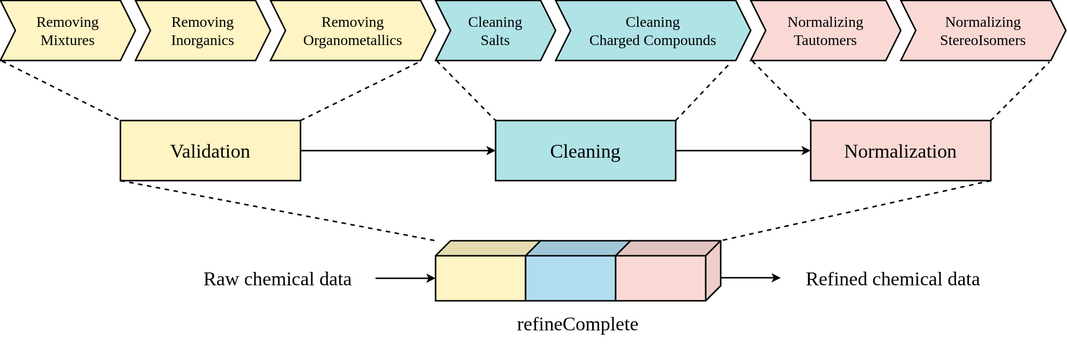
mldlproject/chemtonic keeps this draw.io diagram as images/pipeline.svg. Above is the earlier version. Source tidied: cells renumbered, new cells last; positions are measured from the earlier drawing's top-left corner, leaving out a move shared by most shapes.
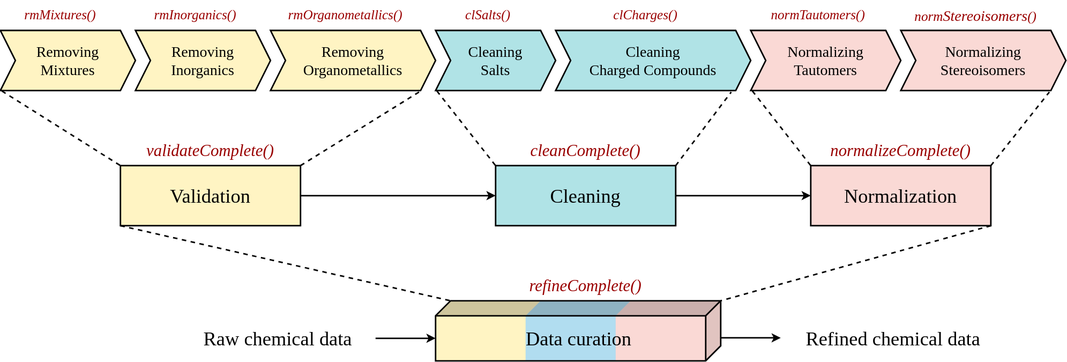
After the change.

The edit, as a diff of the source:
```diff
@@ -6,7 +6,7 @@
       <mxGeometry relative="1" as="geometry" />
     </mxCell>
     <mxCell id="3" value="Validation" style="rounded=0;whiteSpace=wrap;html=1;fontFamily=Verdana;fontSize=13;fontColor=#000000;strokeColor=default;fillColor=#FFF4C3;align=center;" parent="1" vertex="1">
-      <mxGeometry x="80" y="80" width="120" height="40" as="geometry" />
+      <mxGeometry x="80" y="90" width="120" height="40" as="geometry" />
     </mxCell>
     <mxCell id="4" value="Removing&lt;br&gt;Inorganics" style="shape=step;perimeter=stepPerimeter;whiteSpace=wrap;html=1;fixedSize=1;fontFamily=Verdana;fontSize=10;fontColor=#000000;strokeColor=default;fillColor=#FFF4C3;align=center;size=10;" parent="1" vertex="1">
       <mxGeometry x="90" width="90" height="40" as="geometry" />
@@ -27,7 +27,7 @@
       <mxGeometry relative="1" as="geometry" />
     </mxCell>
     <mxCell id="10" value="Cleaning" style="rounded=0;whiteSpace=wrap;html=1;fontFamily=Verdana;fontSize=13;strokeColor=default;fillColor=#b0e3e6;align=center;" parent="1" vertex="1">
-      <mxGeometry x="330" y="80" width="120" height="40" as="geometry" />
+      <mxGeometry x="330" y="90" width="120" height="40" as="geometry" />
     </mxCell>
     <mxCell id="11" value="Cleaning&lt;br&gt;Salts" style="shape=step;perimeter=stepPerimeter;whiteSpace=wrap;html=1;fixedSize=1;fontFamily=Verdana;fontSize=10;strokeColor=default;fillColor=#b0e3e6;align=center;size=10;" parent="1" vertex="1">
       <mxGeometry x="290" width="80" height="40" as="geometry" />
@@ -42,12 +42,12 @@
       <mxGeometry relative="1" as="geometry" />
     </mxCell>
     <mxCell id="15" value="Normalization" style="rounded=0;whiteSpace=wrap;html=1;fontFamily=Verdana;fontSize=13;strokeColor=default;fillColor=#fad9d5;align=center;" parent="1" vertex="1">
-      <mxGeometry x="540" y="80" width="120" height="40" as="geometry" />
+      <mxGeometry x="540" y="90" width="120" height="40" as="geometry" />
     </mxCell>
     <mxCell id="16" value="Normalizing&lt;br&gt;Tautomers" style="shape=step;perimeter=stepPerimeter;whiteSpace=wrap;html=1;fixedSize=1;fontFamily=Verdana;fontSize=10;strokeColor=default;fillColor=#fad9d5;align=center;size=10;" parent="1" vertex="1">
       <mxGeometry x="500" width="100" height="40" as="geometry" />
     </mxCell>
-    <mxCell id="17" value="Normalizing&lt;br&gt;StereoIsomers" style="shape=step;perimeter=stepPerimeter;whiteSpace=wrap;html=1;fixedSize=1;fontFamily=Verdana;fontSize=10;strokeColor=default;fillColor=#fad9d5;align=center;size=10;" parent="1" vertex="1">
+    <mxCell id="17" value="Normalizing&lt;br&gt;Stereoisomers" style="shape=step;perimeter=stepPerimeter;whiteSpace=wrap;html=1;fixedSize=1;fontFamily=Verdana;fontSize=10;strokeColor=default;fillColor=#fad9d5;align=center;size=10;" parent="1" vertex="1">
       <mxGeometry x="600" width="110" height="40" as="geometry" />
     </mxCell>
     <mxCell id="18" style="endArrow=none;dashed=1;html=1;fontFamily=Verdana;fontSize=10;fontColor=#000000;startSize=3;endSize=3;strokeColor=default;curved=1;entryX=0.9;entryY=1.025;entryDx=0;entryDy=0;entryPerimeter=0;exitX=1;exitY=0;exitDx=0;exitDy=0;fillColor=#fad9d5;" parent="1" edge="1" source="15" target="17">
@@ -56,38 +56,74 @@
     <mxCell id="19" style="endArrow=none;dashed=1;html=1;fontFamily=Verdana;fontSize=10;fontColor=#000000;startSize=3;endSize=3;strokeColor=default;curved=1;entryX=0;entryY=0;entryDx=0;entryDy=0;exitX=0.011;exitY=1.008;exitDx=0;exitDy=0;exitPerimeter=0;fillColor=#fad9d5;" parent="1" edge="1" source="16" target="15">
       <mxGeometry relative="1" as="geometry" />
     </mxCell>
-    <mxCell id="20" style="shape=cube;whiteSpace=wrap;html=1;boundedLbl=1;backgroundOutline=1;darkOpacity=0.05;darkOpacity2=0.1;fontFamily=Verdana;fontSize=13;fontColor=#000000;strokeColor=default;fillColor=#FFF4C3;align=center;size=10;direction=south;" parent="1" vertex="1">
-      <mxGeometry x="290" y="160" width="70" height="40" as="geometry" />
+    <mxCell id="20" style="shape=cube;whiteSpace=wrap;html=1;boundedLbl=1;backgroundOutline=1;darkOpacity=0.05;darkOpacity2=0.1;fontFamily=Verdana;fontSize=13;fontColor=#000000;strokeColor=none;fillColor=#FFF4C3;align=center;size=10;direction=south;" parent="1" vertex="1">
+      <mxGeometry x="290" y="180" width="70" height="40" as="geometry" />
     </mxCell>
-    <mxCell id="21" style="endArrow=none;dashed=1;html=1;fontFamily=Verdana;fontSize=10;fontColor=#000000;startSize=3;endSize=3;strokeColor=default;curved=1;exitX=0;exitY=1;exitDx=0;exitDy=0;entryX=0;entryY=0;entryDx=0;entryDy=70;entryPerimeter=0;" parent="1" edge="1" source="3" target="20">
+    <mxCell id="21" style="endArrow=none;dashed=1;html=1;fontFamily=Verdana;fontSize=10;fontColor=#000000;startSize=3;endSize=3;strokeColor=default;curved=1;exitX=0;exitY=1;exitDx=0;exitDy=0;entryX=0;entryY=0;entryDx=0;entryDy=180;entryPerimeter=0;" parent="1" edge="1" source="3" target="34">
       <mxGeometry relative="1" as="geometry" />
     </mxCell>
     <mxCell id="22" style="endArrow=none;dashed=1;html=1;fontFamily=Verdana;fontSize=10;fontColor=#000000;startSize=3;endSize=3;strokeColor=default;curved=1;exitX=1;exitY=1;exitDx=0;exitDy=0;entryX=0;entryY=0;entryDx=0;entryDy=0;entryPerimeter=0;" parent="1" edge="1" source="15" target="24">
       <mxGeometry relative="1" as="geometry" />
     </mxCell>
-    <mxCell id="23" style="shape=cube;whiteSpace=wrap;html=1;boundedLbl=1;backgroundOutline=1;darkOpacity=0.05;darkOpacity2=0.1;fontFamily=Verdana;fontSize=13;strokeColor=default;fillColor=#b1ddf0;align=center;size=10;direction=south;" parent="1" vertex="1">
-      <mxGeometry x="350" y="160" width="70" height="40" as="geometry" />
+    <mxCell id="23" style="shape=cube;whiteSpace=wrap;html=1;boundedLbl=1;backgroundOutline=1;darkOpacity=0.05;darkOpacity2=0.1;fontFamily=Verdana;fontSize=13;strokeColor=none;fillColor=#b1ddf0;align=center;size=10;direction=south;" parent="1" vertex="1">
+      <mxGeometry x="350" y="180" width="70" height="40" as="geometry" />
     </mxCell>
-    <mxCell id="24" style="shape=cube;whiteSpace=wrap;html=1;boundedLbl=1;backgroundOutline=1;darkOpacity=0.05;darkOpacity2=0.1;fontFamily=Verdana;fontSize=13;strokeColor=default;fillColor=#fad9d5;align=center;size=10;direction=south;" parent="1" vertex="1">
-      <mxGeometry x="410" y="160" width="70" height="40" as="geometry" />
+    <mxCell id="24" style="shape=cube;whiteSpace=wrap;html=1;boundedLbl=1;backgroundOutline=1;darkOpacity=0.05;darkOpacity2=0.1;fontFamily=Verdana;fontSize=13;strokeColor=none;fillColor=#fad9d5;align=center;size=10;direction=south;" parent="1" vertex="1">
+      <mxGeometry x="410" y="180" width="70" height="40" as="geometry" />
     </mxCell>
-    <mxCell id="25" value="refineComplete" style="text;html=1;strokeColor=none;fillColor=none;align=center;verticalAlign=middle;whiteSpace=wrap;rounded=0;fontFamily=Verdana;fontSize=13;fontColor=#000000;" parent="1" vertex="1">
-      <mxGeometry x="320" y="200" width="130" height="30" as="geometry" />
+    <mxCell id="25" value="refineComplete()" style="text;html=1;strokeColor=none;fillColor=none;align=center;verticalAlign=middle;whiteSpace=wrap;rounded=0;fontFamily=Verdana;fontSize=11;fontColor=#990000;fontStyle=2;" parent="1" vertex="1">
+      <mxGeometry x="300" y="160" width="180" height="20" as="geometry" />
     </mxCell>
     <mxCell id="26" style="edgeStyle=orthogonalEdgeStyle;curved=1;jettySize=auto;html=1;exitX=1;exitY=0.5;exitDx=0;exitDy=0;entryX=0;entryY=0;entryDx=25;entryDy=70;entryPerimeter=0;fontFamily=Verdana;fontSize=13;fontColor=#000000;startSize=3;endSize=3;strokeColor=default;strokeWidth=1;" parent="1" edge="1" source="27" target="20">
       <mxGeometry relative="1" as="geometry" />
     </mxCell>
     <mxCell id="27" value="Raw chemical data" style="text;html=1;strokeColor=none;fillColor=none;align=center;verticalAlign=middle;whiteSpace=wrap;rounded=0;fontFamily=Verdana;fontSize=13;fontColor=#000000;" parent="1" vertex="1">
-      <mxGeometry x="120" y="170" width="130" height="30" as="geometry" />
+      <mxGeometry x="120" y="190" width="130" height="30" as="geometry" />
     </mxCell>
     <mxCell id="28" value="Refined chemical data" style="text;html=1;strokeColor=none;fillColor=none;align=center;verticalAlign=middle;whiteSpace=wrap;rounded=0;fontFamily=Verdana;fontSize=13;fontColor=#000000;" parent="1" vertex="1">
-      <mxGeometry x="520" y="170" width="150" height="30" as="geometry" />
+      <mxGeometry x="520" y="190" width="150" height="30" as="geometry" />
     </mxCell>
     <mxCell id="29" style="edgeStyle=orthogonalEdgeStyle;curved=1;orthogonalLoop=1;jettySize=auto;html=1;exitX=1;exitY=0.5;exitDx=0;exitDy=0;entryX=0;entryY=0;entryDx=25;entryDy=70;entryPerimeter=0;fontFamily=Verdana;fontSize=13;fontColor=#000000;startSize=3;endSize=3;strokeColor=default;strokeWidth=1;" parent="1" edge="1">
       <mxGeometry relative="1" as="geometry">
-        <mxPoint x="480" y="184.7" as="sourcePoint" />
-        <mxPoint x="520" y="184.7" as="targetPoint" />
+        <mxPoint x="480" y="204.7" as="sourcePoint" />
+        <mxPoint x="520" y="204.7" as="targetPoint" />
       </mxGeometry>
     </mxCell>
+    <mxCell id="30" value="&lt;i style=&quot;font-size: 11px;&quot;&gt;validateComplete()&lt;/i&gt;" style="text;html=1;strokeColor=none;fillColor=none;align=center;verticalAlign=middle;whiteSpace=wrap;rounded=0;fontFamily=Verdana;fontSize=11;fontColor=#990000;" parent="1" vertex="1">
+      <mxGeometry x="80" y="70" width="120" height="20" as="geometry" />
+    </mxCell>
+    <mxCell id="31" value="cleanComplete()" style="text;html=1;strokeColor=none;fillColor=none;align=center;verticalAlign=middle;whiteSpace=wrap;rounded=0;fontFamily=Verdana;fontSize=11;fontColor=#990000;fontStyle=2;" parent="1" vertex="1">
+      <mxGeometry x="330" y="70" width="120" height="20" as="geometry" />
+    </mxCell>
+    <mxCell id="32" value="normalizeComplete()" style="text;html=1;strokeColor=none;fillColor=none;align=center;verticalAlign=middle;whiteSpace=wrap;rounded=0;fontFamily=Verdana;fontSize=11;fontColor=#990000;fontStyle=2;" parent="1" vertex="1">
+      <mxGeometry x="540" y="70" width="120" height="20" as="geometry" />
+    </mxCell>
+    <mxCell id="33" value="Data curation" style="text;html=1;strokeColor=none;fillColor=none;align=center;verticalAlign=middle;whiteSpace=wrap;rounded=0;fontFamily=Verdana;fontSize=13;fontColor=#000000;" parent="1" vertex="1">
+      <mxGeometry x="337.5" y="190" width="95" height="30" as="geometry" />
+    </mxCell>
+    <mxCell id="34" style="shape=cube;whiteSpace=wrap;html=1;boundedLbl=1;backgroundOutline=1;darkOpacity=0.05;darkOpacity2=0.1;fontFamily=Verdana;fontSize=13;strokeColor=default;fillColor=none;align=center;size=10;direction=south;" parent="1" vertex="1">
+      <mxGeometry x="290" y="180" width="190" height="40" as="geometry" />
+    </mxCell>
+    <mxCell id="35" value="&lt;i style=&quot;font-size: 9px;&quot;&gt;rmMixtures()&lt;/i&gt;" style="text;html=1;strokeColor=none;fillColor=none;align=center;verticalAlign=middle;whiteSpace=wrap;rounded=0;fontFamily=Verdana;fontSize=9;fontColor=#990000;" parent="1" vertex="1">
+      <mxGeometry y="-20" width="80" height="20" as="geometry" />
+    </mxCell>
+    <mxCell id="36" value="&lt;i style=&quot;font-size: 9px;&quot;&gt;&lt;span style=&quot;font-size: 9px;&quot;&gt;rm&lt;/span&gt;Inorganics&lt;span style=&quot;font-size: 9px;&quot;&gt;()&lt;/span&gt;&lt;/i&gt;" style="text;html=1;strokeColor=none;fillColor=none;align=center;verticalAlign=middle;whiteSpace=wrap;rounded=0;fontFamily=Verdana;fontSize=9;fontColor=#990000;" parent="1" vertex="1">
+      <mxGeometry x="90" y="-20" width="80" height="20" as="geometry" />
+    </mxCell>
+    <mxCell id="37" value="&lt;i style=&quot;font-size: 9px;&quot;&gt;&lt;span style=&quot;font-size: 9px;&quot;&gt;rm&lt;/span&gt;Organometallics&lt;span style=&quot;font-size: 9px;&quot;&gt;()&lt;/span&gt;&lt;/i&gt;" style="text;html=1;strokeColor=none;fillColor=none;align=center;verticalAlign=middle;whiteSpace=wrap;rounded=0;fontFamily=Verdana;fontSize=9;fontColor=#990000;" parent="1" vertex="1">
+      <mxGeometry x="180" y="-20" width="100" height="20" as="geometry" />
+    </mxCell>
+    <mxCell id="38" value="&lt;i&gt;clSalts()&lt;/i&gt;&lt;span style=&quot;font-family: monospace; font-size: 0px;&quot;&gt;%3CmxGraphModel%3E%3Croot%3E%3CmxCell%20id%3D%220%22%2F%3E%3CmxCell%20id%3D%221%22%20parent%3D%220%22%2F%3E%3CmxCell%20id%3D%222%22%20value%3D%22%26lt%3Bi%20style%3D%26quot%3Bfont-size%3A%209px%3B%26quot%3B%26gt%3B%26lt%3Bspan%20style%3D%26quot%3Bfont-size%3A%209px%3B%26quot%3B%26gt%3Brm%26lt%3B%2Fspan%26gt%3BOrganometallics%26lt%3Bspan%20style%3D%26quot%3Bfont-size%3A%209px%3B%26quot%3B%26gt%3B()%26lt%3B%2Fspan%26gt%3B%26lt%3B%2Fi%26gt%3B%22%20style%3D%22text%3Bhtml%3D1%3BstrokeColor%3Dnone%3BfillColor%3Dnone%3Balign%3Dcenter%3BverticalAlign%3Dmiddle%3BwhiteSpace%3Dwrap%3Brounded%3D0%3BfontFamily%3DVerdana%3BfontSize%3D9%3BfontColor%3D%23000000%3B%22%20vertex%3D%221%22%20parent%3D%221%22%3E%3CmxGeometry%20x%3D%22220%22%20y%3D%22180%22%20width%3D%22100%22%20height%3D%2220%22%20as%3D%22geometry%22%2F%3E%3C%2FmxCell%3E%3C%2Froot%3E%3C%2FmxGraphModel%3E&lt;/span&gt;" style="text;html=1;strokeColor=none;fillColor=none;align=center;verticalAlign=middle;whiteSpace=wrap;rounded=0;fontFamily=Verdana;fontSize=9;fontColor=#990000;" parent="1" vertex="1">
+      <mxGeometry x="290" y="-20" width="70" height="20" as="geometry" />
+    </mxCell>
+    <mxCell id="39" value="&lt;i&gt;clCharges()&lt;/i&gt;" style="text;html=1;strokeColor=none;fillColor=none;align=center;verticalAlign=middle;whiteSpace=wrap;rounded=0;fontFamily=Verdana;fontSize=9;fontColor=#990000;" parent="1" vertex="1">
+      <mxGeometry x="370" y="-20" width="120" height="20" as="geometry" />
+    </mxCell>
+    <mxCell id="40" value="&lt;i&gt;normTautomers()&lt;/i&gt;" style="text;html=1;strokeColor=none;fillColor=none;align=center;verticalAlign=middle;whiteSpace=wrap;rounded=0;fontFamily=Verdana;fontSize=9;fontColor=#990000;" parent="1" vertex="1">
+      <mxGeometry x="500" y="-20" width="90" height="20" as="geometry" />
+    </mxCell>
+    <mxCell id="41" value="&lt;i&gt;norm&lt;span style=&quot;font-size: 10px&quot;&gt;Stereoisomers&lt;/span&gt;()&lt;/i&gt;" style="text;html=1;strokeColor=none;fillColor=none;align=center;verticalAlign=middle;whiteSpace=wrap;rounded=0;fontFamily=Verdana;fontSize=9;fontColor=#990000;" parent="1" vertex="1">
+      <mxGeometry x="600" y="-20" width="100" height="20" as="geometry" />
+    </mxCell>
   </root>
 </mxGraphModel>
```
